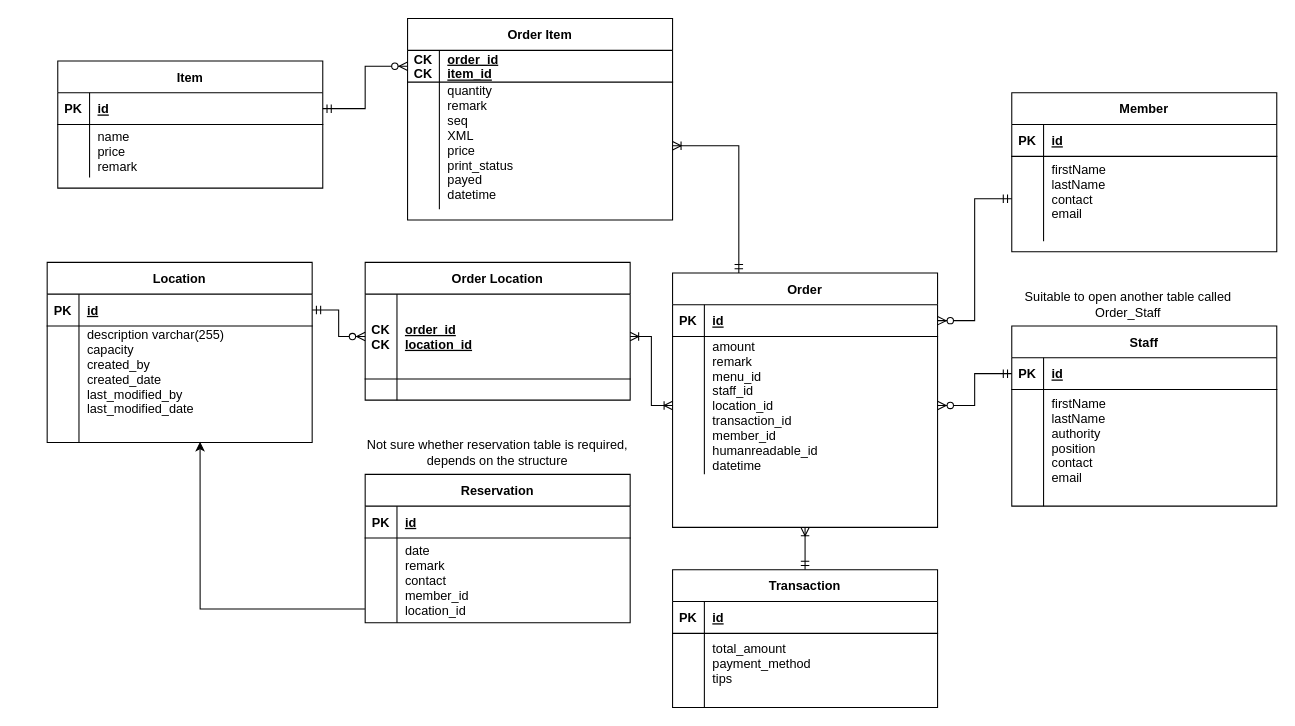
GregorGT/GastroManager keeps this draw.io diagram as Documentation/GastroManager_02.drawio. Above is the earlier version. Source tidied: cells renumbered, new cells numbered last; positions are measured from the earlier drawing's top-left corner, leaving out a move shared by most shapes. Both pictures are drawn from the tidied source at 106%, with x=0, y=0 at pixel (47, 18).
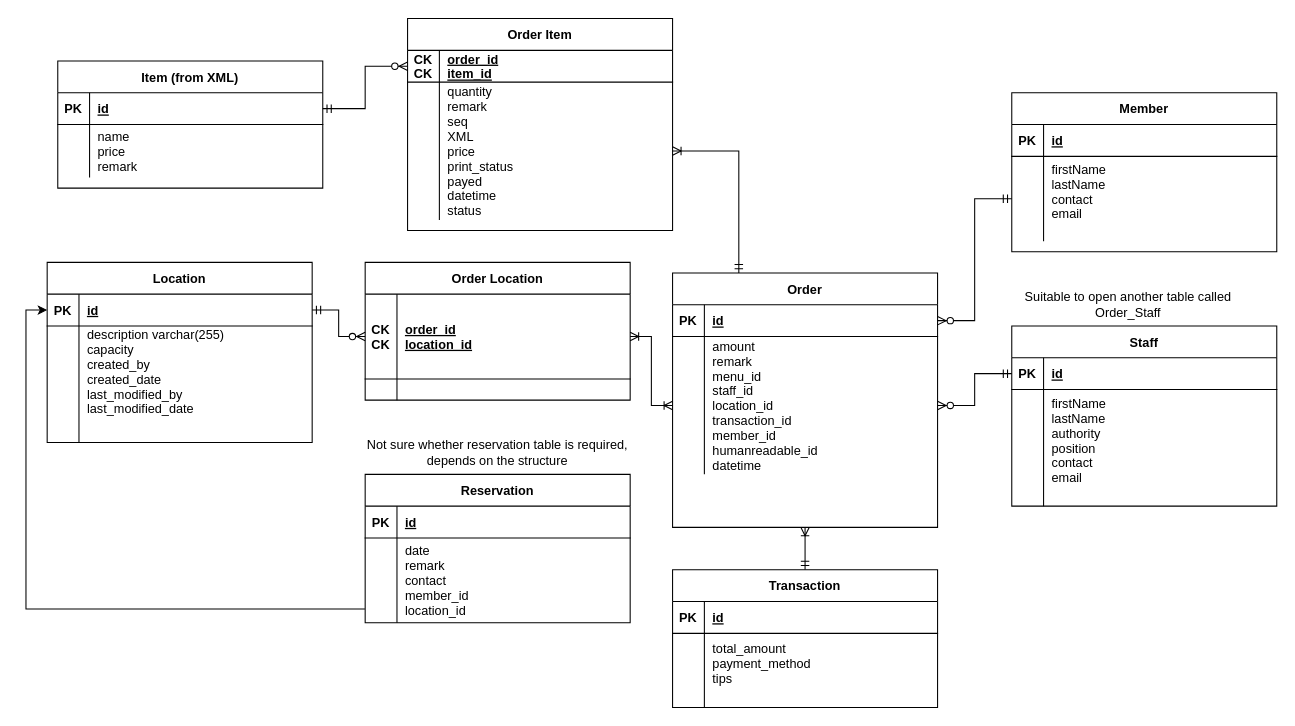
After the change.

Commit message (it also covers changes not shown here):
changing ERP diagram...

The change refers to these unchanged cells:
```xml
<mxCell id="14" style="shape=partialRectangle;fillColor=none;points=[[0,0.5],[1,0.5]];portConstraint=eastwest;top=0;left=0;right=0;bottom=0;" parent="10" vertex="1">
  <mxGeometry y="60" width="250" height="80" as="geometry" />
</mxCell>
<mxCell id="27" style="shape=partialRectangle;fillColor=none;points=[[0,0.5],[1,0.5]];portConstraint=eastwest;top=0;left=0;right=0;bottom=1;" parent="26" vertex="1">
  <mxGeometry y="30" width="250" height="30" as="geometry" />
</mxCell>
<mxCell id="30" style="shape=partialRectangle;fillColor=none;points=[[0,0.5],[1,0.5]];portConstraint=eastwest;top=0;left=0;right=0;bottom=0;" parent="26" vertex="1">
  <mxGeometry y="60" width="250" height="110" as="geometry" />
</mxCell>
```

Change to the diagram source:
```diff
@@
-    <mxCell id="2" value="Item" style="shape=table;startSize=30;childLayout=tableLayout;rowLines=0;fontStyle=1;align=center;" parent="1" vertex="1">
+    <mxCell id="2" value="Item (from XML)" style="shape=table;startSize=30;childLayout=tableLayout;rowLines=0;fontStyle=1;align=center;" parent="1" vertex="1">
       <mxGeometry x="10" y="40" width="250" height="120" as="geometry" />
     </mxCell>
@@
-    <mxCell id="9" style="edgeStyle=orthogonalEdgeStyle;rounded=0;jettySize=auto;html=1;entryX=0.577;entryY=0.994;entryDx=0;entryDy=0;entryPerimeter=0;exitX=-0.001;exitY=0.838;exitDx=0;exitDy=0;exitPerimeter=0;" parent="1" edge="1" source="14" target="30">
+    <mxCell id="9" style="edgeStyle=orthogonalEdgeStyle;rounded=0;jettySize=auto;html=1;entryX=0;entryY=0.5;entryDx=0;entryDy=0;exitX=-0.001;exitY=0.838;exitDx=0;exitDy=0;exitPerimeter=0;" parent="1" edge="1" source="14" target="27">
       <mxGeometry relative="1" as="geometry" />
     </mxCell>
@@
     <mxCell id="61" value="Order Item" style="shape=table;startSize=30;childLayout=tableLayout;rowLines=0;fontStyle=1;align=center;" parent="1" vertex="1">
-      <mxGeometry x="340" width="250" height="190" as="geometry" />
+      <mxGeometry x="340" width="250" height="200" as="geometry" />
     </mxCell>
@@
     <mxCell id="65" style="shape=partialRectangle;fillColor=none;points=[[0,0.5],[1,0.5]];portConstraint=eastwest;top=0;left=0;right=0;bottom=0;" parent="61" vertex="1">
-      <mxGeometry y="60" width="250" height="120" as="geometry" />
+      <mxGeometry y="60" width="250" height="130" as="geometry" />
     </mxCell>
     <mxCell id="66" style="shape=partialRectangle;overflow=hidden;fillColor=none;top=0;left=0;bottom=0;right=0;" parent="65" vertex="1">
-      <mxGeometry width="30" height="120" as="geometry" />
+      <mxGeometry width="30" height="130" as="geometry" />
     </mxCell>
-    <mxCell id="67" value="quantity&#10;remark&#10;seq&#10;XML&#10;price&#10;print_status&#10;payed&#10;datetime&#10;" style="shape=partialRectangle;overflow=hidden;fillColor=none;top=0;left=0;bottom=0;right=0;align=left;spacingLeft=6;" parent="65" vertex="1">
-      <mxGeometry x="30" width="220" height="120" as="geometry" />
+    <mxCell id="67" value="quantity&#10;remark&#10;seq&#10;XML&#10;price&#10;print_status&#10;payed&#10;datetime&#10;status" style="shape=partialRectangle;overflow=hidden;fillColor=none;top=0;left=0;bottom=0;right=0;align=left;spacingLeft=6;" parent="65" vertex="1">
+      <mxGeometry x="30" width="220" height="130" as="geometry" />
     </mxCell>
```
